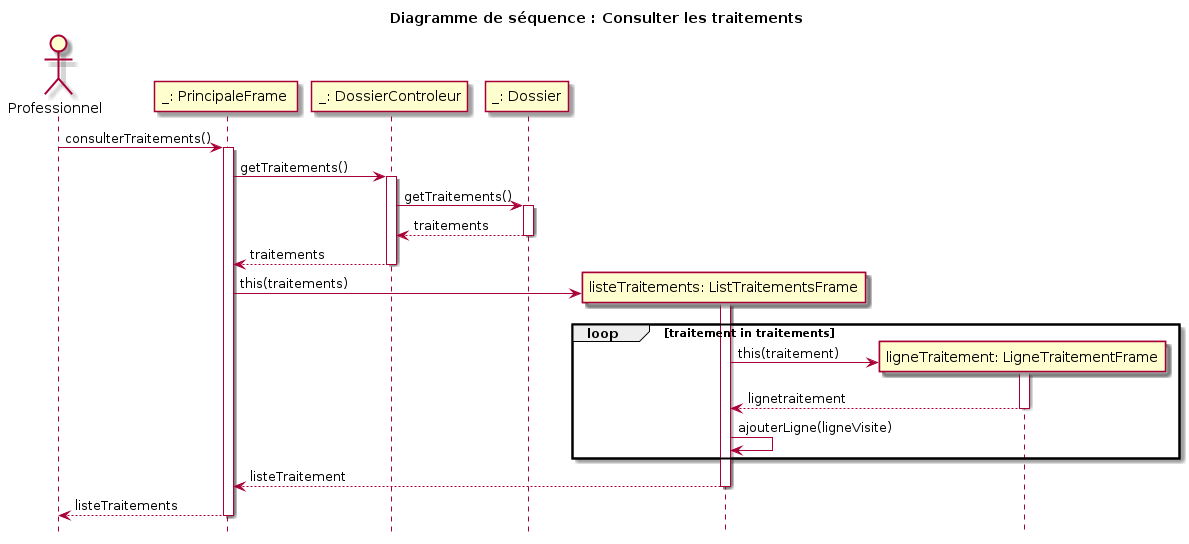
Earlier version of the PlantUML export models/sequence_diagram_consulter_traitements.png (fethiuqam/INF5153-Projet-Session).
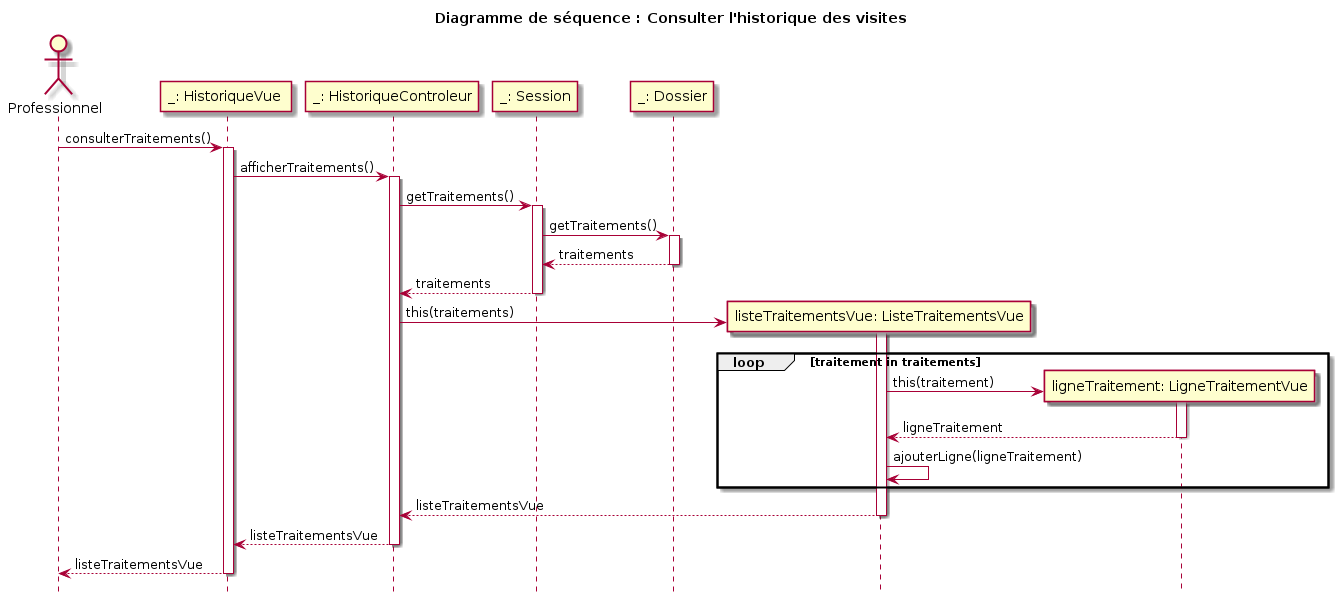
After the change.

Commit message:
modification du diagramme de sequence consulter traitements

Change to the diagram source:
```diff
@@ -1,37 +1,42 @@
 @startuml
 
-title Diagramme de séquence : Consulter les traitements
+title Diagramme de séquence : Consulter l'historique des visites
 hide footbox
 
 actor "Professionnel" as pro
 
-participant "_: PrincipaleFrame " as pf
-pro -> pf : consulterTraitements()
-activate pf
-    participant "_: DossierControleur" as dc
-    pf -> dc : getTraitements()
+participant "_: HistoriqueVue " as df
+pro -> df : consulterTraitements()
+activate df
+    participant "_: HistoriqueControleur" as dc
+    df -> dc : afficherTraitements()
     activate dc
-    participant "_: Dossier" as d
+    participant "_: Session" as d
     dc -> d : getTraitements()
     activate d
+    participant "_: Dossier" as dsr
+        d -> dsr : getTraitements()
+        activate dsr
+        dsr --> d : traitements
+        deactivate dsr
     d --> dc : traitements
     deactivate d
-    dc --> pf : traitements
+    create participant "listeTraitementsVue: ListeTraitementsVue" as vhf
+    dc -> vhf: this(traitements)
+    activate vhf
+    loop traitement in traitements
+        create participant "ligneTraitement: LigneTraitementVue" as lvf
+            vhf -> lvf : this(traitement)
+            activate lvf
+            lvf --> vhf : ligneTraitement
+            deactivate lvf
+        vhf -> vhf : ajouterLigne(ligneTraitement)
+    end
+    vhf --> dc : listeTraitementsVue
+    deactivate vhf
+    dc --> df : listeTraitementsVue
     deactivate dc
-    create participant "listeTraitements: ListTraitementsFrame" as lt
-    pf -> lt: this(traitements)
-    activate lt
-    loop traitement in traitements
-        create participant "ligneTraitement: LigneTraitementFrame" as ltf
-            lt -> ltf : this(traitement)
-            activate ltf
-            ltf --> lt : lignetraitement
-            deactivate ltf
-        lt -> lt : ajouterLigne(ligneVisite)
-    end
-    lt --> pf : listeTraitement
-    deactivate lt
-    pf --> pro : listeTraitements
-deactivate pf
+    df --> pro : listeTraitementsVue
+deactivate df
 
 @enduml
```
